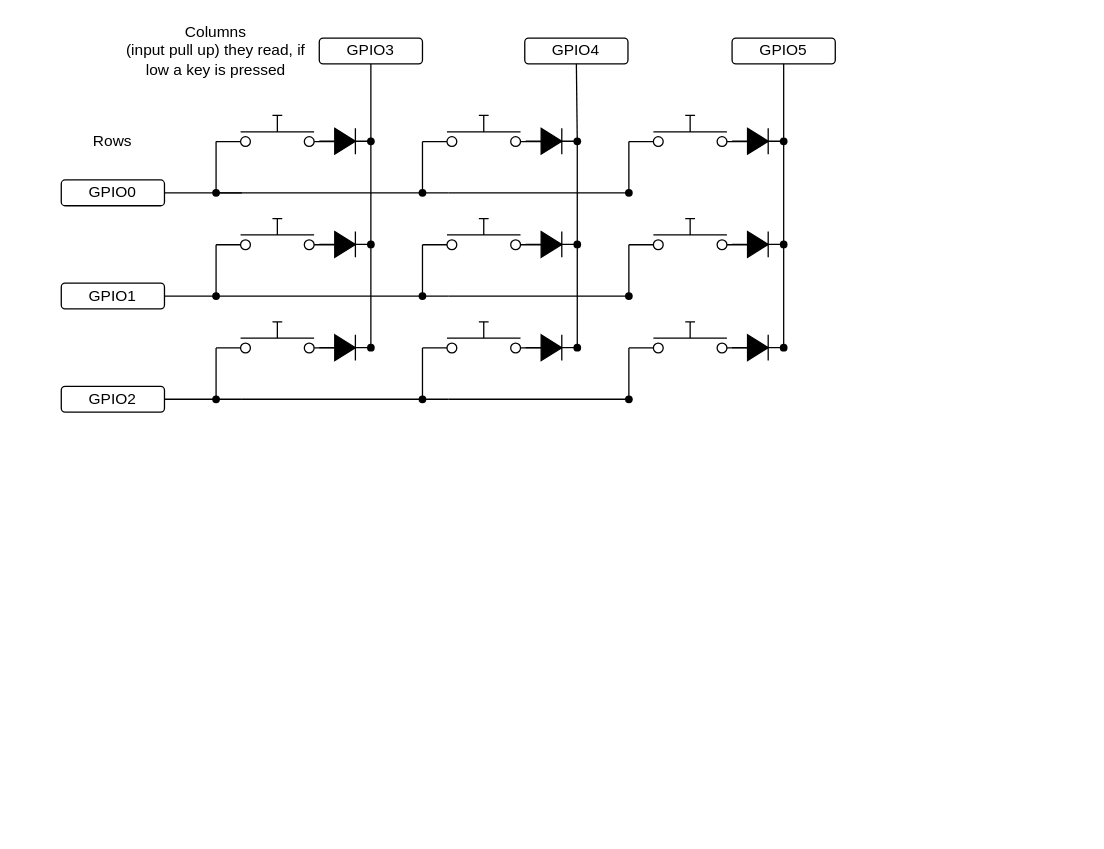
Earlier version of the draw.io diagram circuit_diagram.drawio (Styann/pico-keypad). Source tidied: cells renumbered, new cells numbered last; positions are measured from the earlier drawing's top-left corner, leaving out a move shared by most shapes. Both pictures are drawn from the tidied source at 129%, with x=0, y=0 at pixel (61, 22).
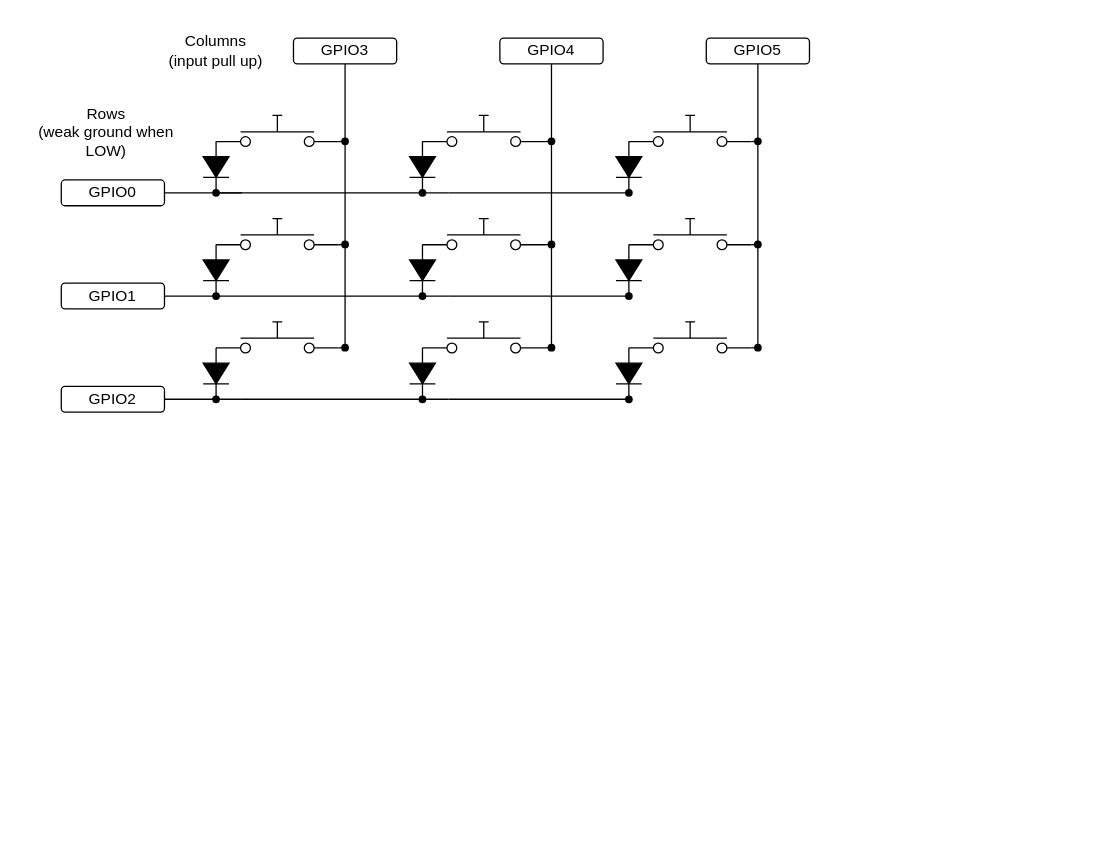
The same diagram, later.

The change refers to these unchanged cells:
```xml
<mxCell id="2" style="html=1;shape=mxgraph.electrical.electro-mechanical.pushbutton;elSwitchState=off;" parent="1" vertex="1">
  <mxGeometry x="120" y="72" width="95" height="25.3" as="geometry" />
</mxCell>
<mxCell id="8" style="shape=waypoint;sketch=0;fillStyle=solid;size=6;points=[];fillColor=none;perimeter=centerPerimeter;snapToPoint=1;" parent="1" vertex="1">
  <mxGeometry x="110" y="122" width="20" height="20" as="geometry" />
</mxCell>
<mxCell id="12" style="html=1;shape=mxgraph.electrical.electro-mechanical.pushbutton;elSwitchState=off;" parent="1" vertex="1">
  <mxGeometry x="120" y="152" width="95" height="25.3" as="geometry" />
</mxCell>
<mxCell id="14" style="shape=waypoint;sketch=0;fillStyle=solid;size=6;points=[];fillColor=none;perimeter=centerPerimeter;snapToPoint=1;" parent="1" vertex="1">
  <mxGeometry x="110" y="202" width="20" height="20" as="geometry" />
</mxCell>
<mxCell id="48" style="html=1;shape=mxgraph.electrical.electro-mechanical.pushbutton;elSwitchState=off;" parent="1" vertex="1">
  <mxGeometry x="120" y="232" width="95" height="25.3" as="geometry" />
</mxCell>
<mxCell id="50" style="shape=waypoint;sketch=0;fillStyle=solid;size=6;points=[];fillColor=none;perimeter=centerPerimeter;snapToPoint=1;" parent="1" vertex="1">
  <mxGeometry x="110" y="282" width="20" height="20" as="geometry" />
</mxCell>
<mxCell id="52" style="html=1;shape=mxgraph.electrical.electro-mechanical.pushbutton;elSwitchState=off;" parent="1" vertex="1">
  <mxGeometry x="280" y="232" width="95" height="25.3" as="geometry" />
</mxCell>
<mxCell id="54" style="shape=waypoint;sketch=0;fillStyle=solid;size=6;points=[];fillColor=none;perimeter=centerPerimeter;snapToPoint=1;" parent="1" vertex="1">
  <mxGeometry x="270" y="282" width="20" height="20" as="geometry" />
</mxCell>
<mxCell id="56" style="html=1;shape=mxgraph.electrical.electro-mechanical.pushbutton;elSwitchState=off;" parent="1" vertex="1">
  <mxGeometry x="280" y="152" width="95" height="25.3" as="geometry" />
</mxCell>
<mxCell id="58" style="shape=waypoint;sketch=0;fillStyle=solid;size=6;points=[];fillColor=none;perimeter=centerPerimeter;snapToPoint=1;" parent="1" vertex="1">
  <mxGeometry x="270" y="202" width="20" height="20" as="geometry" />
</mxCell>
<mxCell id="60" style="html=1;shape=mxgraph.electrical.electro-mechanical.pushbutton;elSwitchState=off;" parent="1" vertex="1">
  <mxGeometry x="280" y="72" width="95" height="25.3" as="geometry" />
</mxCell>
<mxCell id="62" style="shape=waypoint;sketch=0;fillStyle=solid;size=6;points=[];fillColor=none;perimeter=centerPerimeter;snapToPoint=1;" parent="1" vertex="1">
  <mxGeometry x="270" y="122" width="20" height="20" as="geometry" />
</mxCell>
<mxCell id="64" style="html=1;shape=mxgraph.electrical.electro-mechanical.pushbutton;elSwitchState=off;" parent="1" vertex="1">
  <mxGeometry x="440" y="72" width="95" height="25.3" as="geometry" />
</mxCell>
<mxCell id="66" style="shape=waypoint;sketch=0;fillStyle=solid;size=6;points=[];fillColor=none;perimeter=centerPerimeter;snapToPoint=1;" parent="1" vertex="1">
  <mxGeometry x="430" y="122" width="20" height="20" as="geometry" />
</mxCell>
<mxCell id="68" style="html=1;shape=mxgraph.electrical.electro-mechanical.pushbutton;elSwitchState=off;" parent="1" vertex="1">
  <mxGeometry x="440" y="152" width="95" height="25.3" as="geometry" />
</mxCell>
<mxCell id="70" style="shape=waypoint;sketch=0;fillStyle=solid;size=6;points=[];fillColor=none;perimeter=centerPerimeter;snapToPoint=1;" parent="1" vertex="1">
  <mxGeometry x="430" y="202" width="20" height="20" as="geometry" />
</mxCell>
<mxCell id="72" style="html=1;shape=mxgraph.electrical.electro-mechanical.pushbutton;elSwitchState=off;" parent="1" vertex="1">
  <mxGeometry x="440" y="232" width="95" height="25.3" as="geometry" />
</mxCell>
<mxCell id="74" style="shape=waypoint;sketch=0;fillStyle=solid;size=6;points=[];fillColor=none;perimeter=centerPerimeter;snapToPoint=1;" parent="1" vertex="1">
  <mxGeometry x="430" y="282" width="20" height="20" as="geometry" />
</mxCell>
```

What changed in the source:
```diff
@@
-    <mxCell id="3" style="fillColor=strokeColor;verticalLabelPosition=bottom;shadow=0;dashed=0;align=center;html=1;verticalAlign=top;shape=mxgraph.electrical.diodes.diode;rotation=0;direction=east;" parent="1" vertex="1">
-      <mxGeometry x="200" y="82" width="40" height="20" as="geometry" />
+    <mxCell id="3" style="fillColor=strokeColor;verticalLabelPosition=bottom;shadow=0;dashed=0;align=center;html=1;verticalAlign=top;shape=mxgraph.electrical.diodes.diode;rotation=0;direction=south;" parent="1" vertex="1">
+      <mxGeometry x="110" y="92" width="20" height="40" as="geometry" />
     </mxCell>
-    <mxCell id="4" style="endArrow=none;html=1;rounded=0;exitDx=0;exitDy=0;exitPerimeter=0;" parent="1" edge="1" source="11">
+    <mxCell id="4" style="endArrow=none;html=1;rounded=0;exitDx=0;exitDy=0;exitPerimeter=0;" parent="1" edge="1">
       <mxGeometry relative="1" as="geometry">
-        <mxPoint x="240" y="32" as="targetPoint" />
+        <mxPoint x="220" y="92" as="sourcePoint" />
+        <mxPoint x="220" y="32" as="targetPoint" />
       </mxGeometry>
     </mxCell>
     <mxCell id="5" value="GPIO3" style="rounded=1;whiteSpace=wrap;html=1;" parent="1" vertex="1">
-      <mxGeometry x="200" y="12" width="80" height="20" as="geometry" />
+      <mxGeometry x="180" y="12" width="80" height="20" as="geometry" />
     </mxCell>
     <mxCell id="6" value="GPIO5" style="rounded=1;whiteSpace=wrap;html=1;" parent="1" vertex="1">
-      <mxGeometry x="520" y="12" width="80" height="20" as="geometry" />
+      <mxGeometry x="500" y="12" width="80" height="20" as="geometry" />
     </mxCell>
@@
     <mxCell id="11" style="shape=waypoint;sketch=0;fillStyle=solid;size=6;points=[];fillColor=none;perimeter=centerPerimeter;snapToPoint=1;" parent="1" vertex="1">
-      <mxGeometry x="230" y="82" width="20" height="20" as="geometry" />
+      <mxGeometry x="210" y="82" width="20" height="20" as="geometry" />
     </mxCell>
@@
-    <mxCell id="13" style="fillColor=strokeColor;verticalLabelPosition=bottom;shadow=0;dashed=0;align=center;html=1;verticalAlign=top;shape=mxgraph.electrical.diodes.diode;rotation=0;direction=east;" parent="1" vertex="1">
-      <mxGeometry x="200" y="162" width="40" height="20" as="geometry" />
+    <mxCell id="13" style="fillColor=strokeColor;verticalLabelPosition=bottom;shadow=0;dashed=0;align=center;html=1;verticalAlign=top;shape=mxgraph.electrical.diodes.diode;rotation=0;direction=south;" parent="1" vertex="1">
+      <mxGeometry x="110" y="172" width="20" height="40" as="geometry" />
     </mxCell>
@@
     <mxCell id="15" style="shape=waypoint;sketch=0;fillStyle=solid;size=6;points=[];fillColor=none;perimeter=centerPerimeter;snapToPoint=1;" parent="1" vertex="1">
-      <mxGeometry x="230" y="162" width="20" height="20" as="geometry" />
+      <mxGeometry x="210" y="162" width="20" height="20" as="geometry" />
     </mxCell>
     <mxCell id="16" style="shape=waypoint;sketch=0;fillStyle=solid;size=6;points=[];fillColor=none;perimeter=centerPerimeter;snapToPoint=1;" parent="1" vertex="1">
-      <mxGeometry x="230" y="242" width="20" height="20" as="geometry" />
+      <mxGeometry x="210" y="242" width="20" height="20" as="geometry" />
     </mxCell>
     <mxCell id="17" style="shape=waypoint;sketch=0;fillStyle=solid;size=6;points=[];fillColor=none;perimeter=centerPerimeter;snapToPoint=1;" parent="1" vertex="1">
-      <mxGeometry x="390" y="82" width="20" height="20" as="geometry" />
+      <mxGeometry x="370" y="82" width="20" height="20" as="geometry" />
     </mxCell>
     <mxCell id="18" style="shape=waypoint;sketch=0;fillStyle=solid;size=6;points=[];fillColor=none;perimeter=centerPerimeter;snapToPoint=1;" parent="1" vertex="1">
-      <mxGeometry x="390" y="162" width="20" height="20" as="geometry" />
+      <mxGeometry x="370" y="162" width="20" height="20" as="geometry" />
     </mxCell>
     <mxCell id="19" style="shape=waypoint;sketch=0;fillStyle=solid;size=6;points=[];fillColor=none;perimeter=centerPerimeter;snapToPoint=1;" parent="1" vertex="1">
-      <mxGeometry x="390" y="242" width="20" height="20" as="geometry" />
+      <mxGeometry x="370" y="242" width="20" height="20" as="geometry" />
     </mxCell>
     <mxCell id="20" value="GPIO4" style="rounded=1;whiteSpace=wrap;html=1;" parent="1" vertex="1">
-      <mxGeometry x="359.3" y="12" width="80" height="20" as="geometry" />
+      <mxGeometry x="340" y="12" width="80" height="20" as="geometry" />
     </mxCell>
     <mxCell id="21" style="shape=waypoint;sketch=0;fillStyle=solid;size=6;points=[];fillColor=none;perimeter=centerPerimeter;snapToPoint=1;" parent="1" vertex="1">
-      <mxGeometry x="550" y="82" width="20" height="20" as="geometry" />
+      <mxGeometry x="530" y="82" width="20" height="20" as="geometry" />
     </mxCell>
     <mxCell id="22" style="shape=waypoint;sketch=0;fillStyle=solid;size=6;points=[];fillColor=none;perimeter=centerPerimeter;snapToPoint=1;" parent="1" vertex="1">
-      <mxGeometry x="550" y="162" width="20" height="20" as="geometry" />
+      <mxGeometry x="530" y="162" width="20" height="20" as="geometry" />
     </mxCell>
     <mxCell id="23" style="shape=waypoint;sketch=0;fillStyle=solid;size=6;points=[];fillColor=none;perimeter=centerPerimeter;snapToPoint=1;" parent="1" vertex="1">
-      <mxGeometry x="550" y="242" width="20" height="20" as="geometry" />
+      <mxGeometry x="530" y="242" width="20" height="20" as="geometry" />
     </mxCell>
@@
-    <mxCell id="28" style="endArrow=none;html=1;rounded=0;entryX=0.5;entryY=1;entryDx=0;entryDy=0;exitX=0.55;exitY=0.05;exitDx=0;exitDy=0;exitPerimeter=0;" parent="1" edge="1" source="17" target="20">
-      <mxGeometry relative="1" as="geometry" />
+    <mxCell id="28" style="endArrow=none;html=1;rounded=0;entryX=0.5;entryY=1;entryDx=0;entryDy=0;" parent="1" edge="1" target="20">
+      <mxGeometry relative="1" as="geometry">
+        <mxPoint x="380" y="92" as="sourcePoint" />
+      </mxGeometry>
     </mxCell>
@@
-    <mxCell id="31" style="endArrow=none;html=1;rounded=0;entryX=0.52;entryY=1.004;entryDx=0;entryDy=0;entryPerimeter=0;exitX=0.562;exitY=0.075;exitDx=0;exitDy=0;exitPerimeter=0;" parent="1" edge="1" source="15" target="11">
-      <mxGeometry relative="1" as="geometry" />
+    <mxCell id="31" style="endArrow=none;html=1;rounded=0;entryX=0.52;entryY=1.004;entryDx=0;entryDy=0;entryPerimeter=0;exitX=0.562;exitY=0.075;exitDx=0;exitDy=0;exitPerimeter=0;" parent="1" edge="1">
+      <mxGeometry relative="1" as="geometry">
+        <mxPoint x="220" y="172" as="sourcePoint" />
+        <mxPoint x="220" y="92" as="targetPoint" />
+      </mxGeometry>
     </mxCell>
-    <mxCell id="32" style="endArrow=none;html=1;rounded=0;entryX=0.632;entryY=0.075;entryDx=0;entryDy=0;entryPerimeter=0;exitX=0.463;exitY=0.962;exitDx=0;exitDy=0;exitPerimeter=0;" parent="1" edge="1" source="15" target="16">
-      <mxGeometry relative="1" as="geometry" />
+    <mxCell id="32" style="endArrow=none;html=1;rounded=0;entryX=0.632;entryY=0.075;entryDx=0;entryDy=0;entryPerimeter=0;exitX=0.463;exitY=0.962;exitDx=0;exitDy=0;exitPerimeter=0;" parent="1" edge="1">
+      <mxGeometry relative="1" as="geometry">
+        <mxPoint x="220" y="172" as="sourcePoint" />
+        <mxPoint x="220" y="252" as="targetPoint" />
+      </mxGeometry>
     </mxCell>
@@
-    <mxCell id="41" style="endArrow=none;html=1;rounded=0;entryX=0.6;entryY=0.9;entryDx=0;entryDy=0;entryPerimeter=0;exitX=0.52;exitY=0.06;exitDx=0;exitDy=0;exitPerimeter=0;" parent="1" edge="1" source="18" target="17">
-      <mxGeometry relative="1" as="geometry" />
+    <mxCell id="41" style="endArrow=none;html=1;rounded=0;" parent="1" edge="1">
+      <mxGeometry relative="1" as="geometry">
+        <mxPoint x="380" y="172" as="sourcePoint" />
+        <mxPoint x="380" y="92" as="targetPoint" />
+        <Array as="points">
+          <mxPoint x="380" y="92" />
+        </Array>
+      </mxGeometry>
     </mxCell>
-    <mxCell id="42" style="endArrow=none;html=1;rounded=0;exitX=0.46;exitY=-0.02;exitDx=0;exitDy=0;exitPerimeter=0;entryX=0.58;entryY=0.98;entryDx=0;entryDy=0;entryPerimeter=0;" parent="1" edge="1" source="19" target="18">
-      <mxGeometry relative="1" as="geometry" />
+    <mxCell id="42" style="endArrow=none;html=1;rounded=0;" parent="1" edge="1">
+      <mxGeometry relative="1" as="geometry">
+        <mxPoint x="380" y="252" as="sourcePoint" />
+        <mxPoint x="380" y="172" as="targetPoint" />
+      </mxGeometry>
     </mxCell>
@@
-    <mxCell id="44" value="&lt;div&gt;Rows&lt;/div&gt;" style="text;html=1;align=center;verticalAlign=middle;whiteSpace=wrap;rounded=0;" parent="1" vertex="1">
-      <mxGeometry x="10" y="77" width="60" height="30" as="geometry" />
+    <mxCell id="44" value="&lt;div&gt;Rows&lt;/div&gt;&lt;div&gt;(weak ground when LOW)&lt;/div&gt;" style="text;html=1;align=center;verticalAlign=middle;whiteSpace=wrap;rounded=0;" parent="1" vertex="1">
+      <mxGeometry x="-30" y="59.7" width="130" height="50" as="geometry" />
     </mxCell>
-    <mxCell id="45" value="&lt;div&gt;Columns&lt;/div&gt;&lt;div&gt;(input pull up) they read, if low a key is pressed&lt;br&gt;&lt;/div&gt;" style="text;html=1;align=center;verticalAlign=middle;whiteSpace=wrap;rounded=0;" parent="1" vertex="1">
+    <mxCell id="45" value="&lt;div&gt;Columns&lt;/div&gt;&lt;div&gt;(input pull up)&lt;br&gt;&lt;/div&gt;" style="text;html=1;align=center;verticalAlign=middle;whiteSpace=wrap;rounded=0;" parent="1" vertex="1">
       <mxGeometry x="40" y="-0.5" width="160" height="45" as="geometry" />
     </mxCell>
-    <mxCell id="46" style="endArrow=none;html=1;rounded=0;exitX=0;exitY=0.8;exitDx=0;exitDy=0;entryX=0.476;entryY=0.068;entryDx=0;entryDy=0;entryPerimeter=0;" parent="1" edge="1" source="2" target="8">
-      <mxGeometry relative="1" as="geometry" />
-    </mxCell>
-    <mxCell id="47" style="endArrow=none;html=1;rounded=0;entryX=0;entryY=0.8;entryDx=0;entryDy=0;exitX=0.54;exitY=0.32;exitDx=0;exitDy=0;exitPerimeter=0;" parent="1" edge="1" source="14" target="12">
-      <mxGeometry relative="1" as="geometry" />
-    </mxCell>
@@
-    <mxCell id="49" style="fillColor=strokeColor;verticalLabelPosition=bottom;shadow=0;dashed=0;align=center;html=1;verticalAlign=top;shape=mxgraph.electrical.diodes.diode;rotation=0;direction=east;" parent="1" vertex="1">
-      <mxGeometry x="200" y="242" width="40" height="20" as="geometry" />
+    <mxCell id="49" style="fillColor=strokeColor;verticalLabelPosition=bottom;shadow=0;dashed=0;align=center;html=1;verticalAlign=top;shape=mxgraph.electrical.diodes.diode;rotation=0;direction=south;" parent="1" vertex="1">
+      <mxGeometry x="110" y="252" width="20" height="40" as="geometry" />
     </mxCell>
@@
-    <mxCell id="51" style="endArrow=none;html=1;rounded=0;entryX=0;entryY=0.8;entryDx=0;entryDy=0;exitX=0.54;exitY=0.32;exitDx=0;exitDy=0;exitPerimeter=0;" parent="1" edge="1" source="50" target="48">
-      <mxGeometry relative="1" as="geometry" />
-    </mxCell>
@@
-    <mxCell id="53" style="fillColor=strokeColor;verticalLabelPosition=bottom;shadow=0;dashed=0;align=center;html=1;verticalAlign=top;shape=mxgraph.electrical.diodes.diode;rotation=0;direction=east;" parent="1" vertex="1">
-      <mxGeometry x="360" y="242" width="40" height="20" as="geometry" />
+    <mxCell id="53" style="fillColor=strokeColor;verticalLabelPosition=bottom;shadow=0;dashed=0;align=center;html=1;verticalAlign=top;shape=mxgraph.electrical.diodes.diode;rotation=0;direction=south;" parent="1" vertex="1">
+      <mxGeometry x="270" y="252" width="20" height="40" as="geometry" />
     </mxCell>
@@
-    <mxCell id="55" style="endArrow=none;html=1;rounded=0;entryX=0;entryY=0.8;entryDx=0;entryDy=0;exitX=0.54;exitY=0.32;exitDx=0;exitDy=0;exitPerimeter=0;" parent="1" edge="1" source="54" target="52">
-      <mxGeometry relative="1" as="geometry" />
-    </mxCell>
@@
-    <mxCell id="57" style="fillColor=strokeColor;verticalLabelPosition=bottom;shadow=0;dashed=0;align=center;html=1;verticalAlign=top;shape=mxgraph.electrical.diodes.diode;rotation=0;direction=east;" parent="1" vertex="1">
-      <mxGeometry x="360" y="162" width="40" height="20" as="geometry" />
+    <mxCell id="57" style="fillColor=strokeColor;verticalLabelPosition=bottom;shadow=0;dashed=0;align=center;html=1;verticalAlign=top;shape=mxgraph.electrical.diodes.diode;rotation=0;direction=south;" parent="1" vertex="1">
+      <mxGeometry x="270" y="172" width="20" height="40" as="geometry" />
     </mxCell>
@@
-    <mxCell id="59" style="endArrow=none;html=1;rounded=0;entryX=0;entryY=0.8;entryDx=0;entryDy=0;exitX=0.54;exitY=0.32;exitDx=0;exitDy=0;exitPerimeter=0;" parent="1" edge="1" source="58" target="56">
-      <mxGeometry relative="1" as="geometry" />
-    </mxCell>
@@
-    <mxCell id="61" style="fillColor=strokeColor;verticalLabelPosition=bottom;shadow=0;dashed=0;align=center;html=1;verticalAlign=top;shape=mxgraph.electrical.diodes.diode;rotation=0;direction=east;" parent="1" vertex="1">
-      <mxGeometry x="360" y="82" width="40" height="20" as="geometry" />
+    <mxCell id="61" style="fillColor=strokeColor;verticalLabelPosition=bottom;shadow=0;dashed=0;align=center;html=1;verticalAlign=top;shape=mxgraph.electrical.diodes.diode;rotation=0;direction=south;" parent="1" vertex="1">
+      <mxGeometry x="270" y="92" width="20" height="40" as="geometry" />
     </mxCell>
@@
-    <mxCell id="63" style="endArrow=none;html=1;rounded=0;entryX=0;entryY=0.8;entryDx=0;entryDy=0;exitX=0.54;exitY=0.32;exitDx=0;exitDy=0;exitPerimeter=0;" parent="1" edge="1" source="62" target="60">
-      <mxGeometry relative="1" as="geometry" />
-    </mxCell>
@@
-    <mxCell id="65" style="fillColor=strokeColor;verticalLabelPosition=bottom;shadow=0;dashed=0;align=center;html=1;verticalAlign=top;shape=mxgraph.electrical.diodes.diode;rotation=0;direction=east;" parent="1" vertex="1">
-      <mxGeometry x="520" y="82" width="40" height="20" as="geometry" />
+    <mxCell id="65" style="fillColor=strokeColor;verticalLabelPosition=bottom;shadow=0;dashed=0;align=center;html=1;verticalAlign=top;shape=mxgraph.electrical.diodes.diode;rotation=0;direction=south;" parent="1" vertex="1">
+      <mxGeometry x="430" y="92" width="20" height="40" as="geometry" />
     </mxCell>
@@
-    <mxCell id="67" style="endArrow=none;html=1;rounded=0;entryX=0;entryY=0.8;entryDx=0;entryDy=0;exitX=0.54;exitY=0.32;exitDx=0;exitDy=0;exitPerimeter=0;" parent="1" edge="1" source="66" target="64">
-      <mxGeometry relative="1" as="geometry" />
-    </mxCell>
@@
-    <mxCell id="69" style="fillColor=strokeColor;verticalLabelPosition=bottom;shadow=0;dashed=0;align=center;html=1;verticalAlign=top;shape=mxgraph.electrical.diodes.diode;rotation=0;direction=east;" parent="1" vertex="1">
-      <mxGeometry x="520" y="162" width="40" height="20" as="geometry" />
+    <mxCell id="69" style="fillColor=strokeColor;verticalLabelPosition=bottom;shadow=0;dashed=0;align=center;html=1;verticalAlign=top;shape=mxgraph.electrical.diodes.diode;rotation=0;direction=south;" parent="1" vertex="1">
+      <mxGeometry x="430" y="172" width="20" height="40" as="geometry" />
     </mxCell>
@@
-    <mxCell id="71" style="endArrow=none;html=1;rounded=0;entryX=0;entryY=0.8;entryDx=0;entryDy=0;exitX=0.54;exitY=0.32;exitDx=0;exitDy=0;exitPerimeter=0;" parent="1" edge="1" source="70" target="68">
-      <mxGeometry relative="1" as="geometry" />
-    </mxCell>
@@
-    <mxCell id="73" style="fillColor=strokeColor;verticalLabelPosition=bottom;shadow=0;dashed=0;align=center;html=1;verticalAlign=top;shape=mxgraph.electrical.diodes.diode;rotation=0;direction=east;" parent="1" vertex="1">
-      <mxGeometry x="520" y="242" width="40" height="20" as="geometry" />
+    <mxCell id="73" style="fillColor=strokeColor;verticalLabelPosition=bottom;shadow=0;dashed=0;align=center;html=1;verticalAlign=top;shape=mxgraph.electrical.diodes.diode;rotation=0;direction=south;" parent="1" vertex="1">
+      <mxGeometry x="430" y="252" width="20" height="40" as="geometry" />
     </mxCell>
@@
-    <mxCell id="75" style="endArrow=none;html=1;rounded=0;entryX=0;entryY=0.8;entryDx=0;entryDy=0;exitX=0.54;exitY=0.32;exitDx=0;exitDy=0;exitPerimeter=0;" parent="1" edge="1" source="74" target="72">
-      <mxGeometry relative="1" as="geometry" />
-    </mxCell>
+    <mxCell id="76" style="endArrow=none;html=1;exitX=-0.066;exitY=0.527;exitDx=0;exitDy=0;exitPerimeter=0;entryX=1;entryY=0.8;entryDx=0;entryDy=0;" parent="1" edge="1" source="22" target="68">
+      <mxGeometry relative="1" as="geometry" />
+    </mxCell>
+    <mxCell id="77" style="endArrow=none;html=1;entryX=0.612;entryY=0.438;entryDx=0;entryDy=0;entryPerimeter=0;exitX=1;exitY=0.8;exitDx=0;exitDy=0;" parent="1" edge="1" source="72" target="23">
+      <mxGeometry relative="1" as="geometry" />
+    </mxCell>
+    <mxCell id="78" style="endArrow=none;html=1;entryX=0.378;entryY=0.486;entryDx=0;entryDy=0;entryPerimeter=0;exitX=1;exitY=0.8;exitDx=0;exitDy=0;" parent="1" edge="1" source="64" target="21">
+      <mxGeometry relative="1" as="geometry" />
+    </mxCell>
+    <mxCell id="79" style="endArrow=none;html=1;entryX=0.5;entryY=0.5;entryDx=0;entryDy=0;entryPerimeter=0;exitX=1;exitY=0.8;exitDx=0;exitDy=0;" parent="1" edge="1" source="60" target="17">
+      <mxGeometry relative="1" as="geometry" />
+    </mxCell>
+    <mxCell id="80" style="endArrow=none;html=1;entryX=0.253;entryY=0.941;entryDx=0;entryDy=0;entryPerimeter=0;exitX=1;exitY=0.8;exitDx=0;exitDy=0;" parent="1" edge="1" source="56" target="18">
+      <mxGeometry relative="1" as="geometry" />
+    </mxCell>
+    <mxCell id="81" style="endArrow=none;html=1;entryX=0.426;entryY=-0.017;entryDx=0;entryDy=0;entryPerimeter=0;exitX=1;exitY=0.8;exitDx=0;exitDy=0;" parent="1" edge="1" source="52" target="19">
+      <mxGeometry relative="1" as="geometry" />
+    </mxCell>
+    <mxCell id="82" style="endArrow=none;html=1;exitX=0.936;exitY=0.507;exitDx=0;exitDy=0;exitPerimeter=0;entryX=1;entryY=0.8;entryDx=0;entryDy=0;" parent="1" edge="1" source="16" target="48">
+      <mxGeometry relative="1" as="geometry" />
+    </mxCell>
+    <mxCell id="83" style="endArrow=none;html=1;entryX=0.033;entryY=0.438;entryDx=0;entryDy=0;entryPerimeter=0;exitX=1;exitY=0.8;exitDx=0;exitDy=0;" parent="1" edge="1" source="12" target="15">
+      <mxGeometry relative="1" as="geometry" />
+    </mxCell>
+    <mxCell id="84" style="endArrow=none;html=1;entryX=0.964;entryY=0.341;entryDx=0;entryDy=0;entryPerimeter=0;exitX=1;exitY=0.8;exitDx=0;exitDy=0;" parent="1" edge="1" source="2" target="11">
+      <mxGeometry relative="1" as="geometry" />
+    </mxCell>
```
